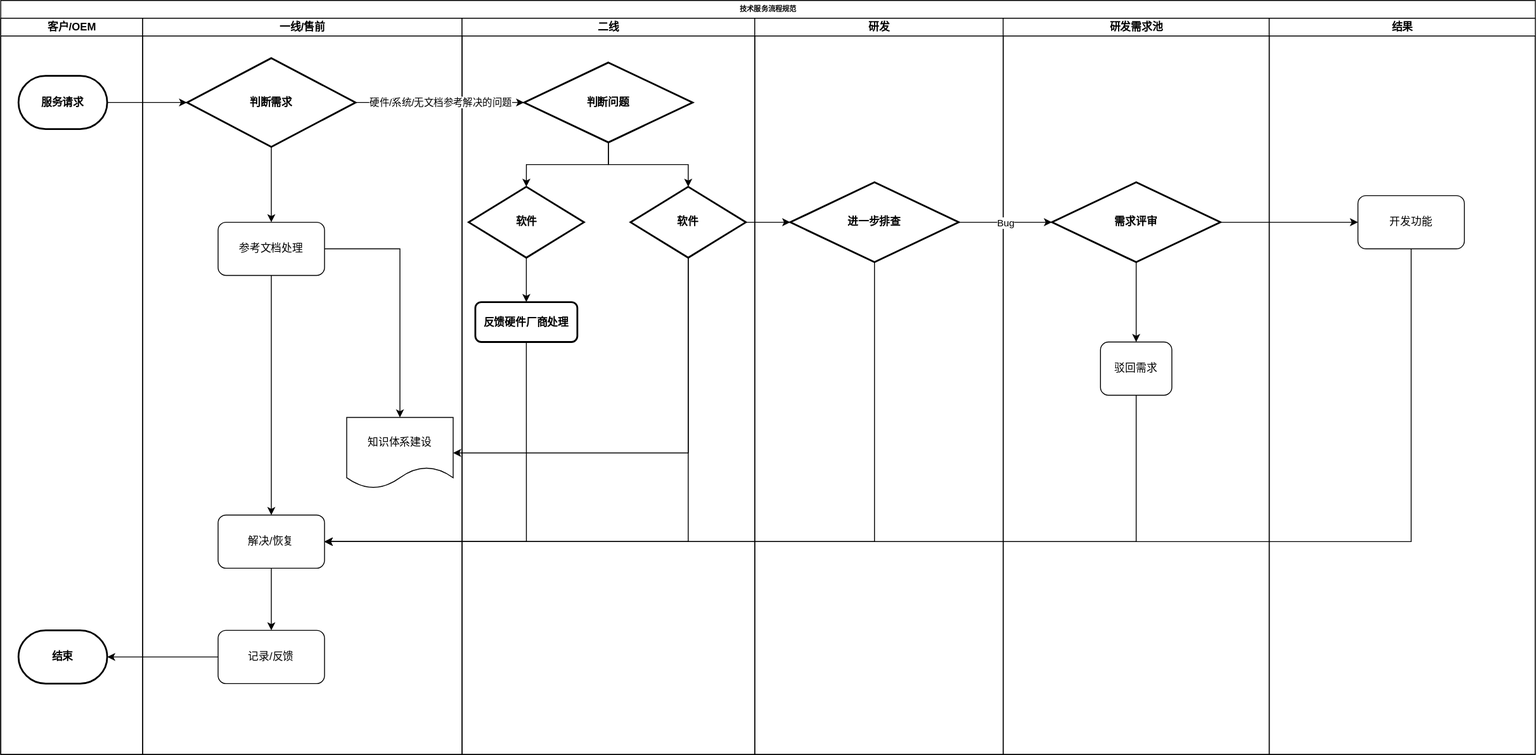
The draw.io diagram 流程规范及制度.drawio.svg in lawesen/lcgfzd, before a commit. Source tidied: cells renumbered, new cells last; positions are measured from the earlier drawing's top-left corner, leaving out a move shared by most shapes.
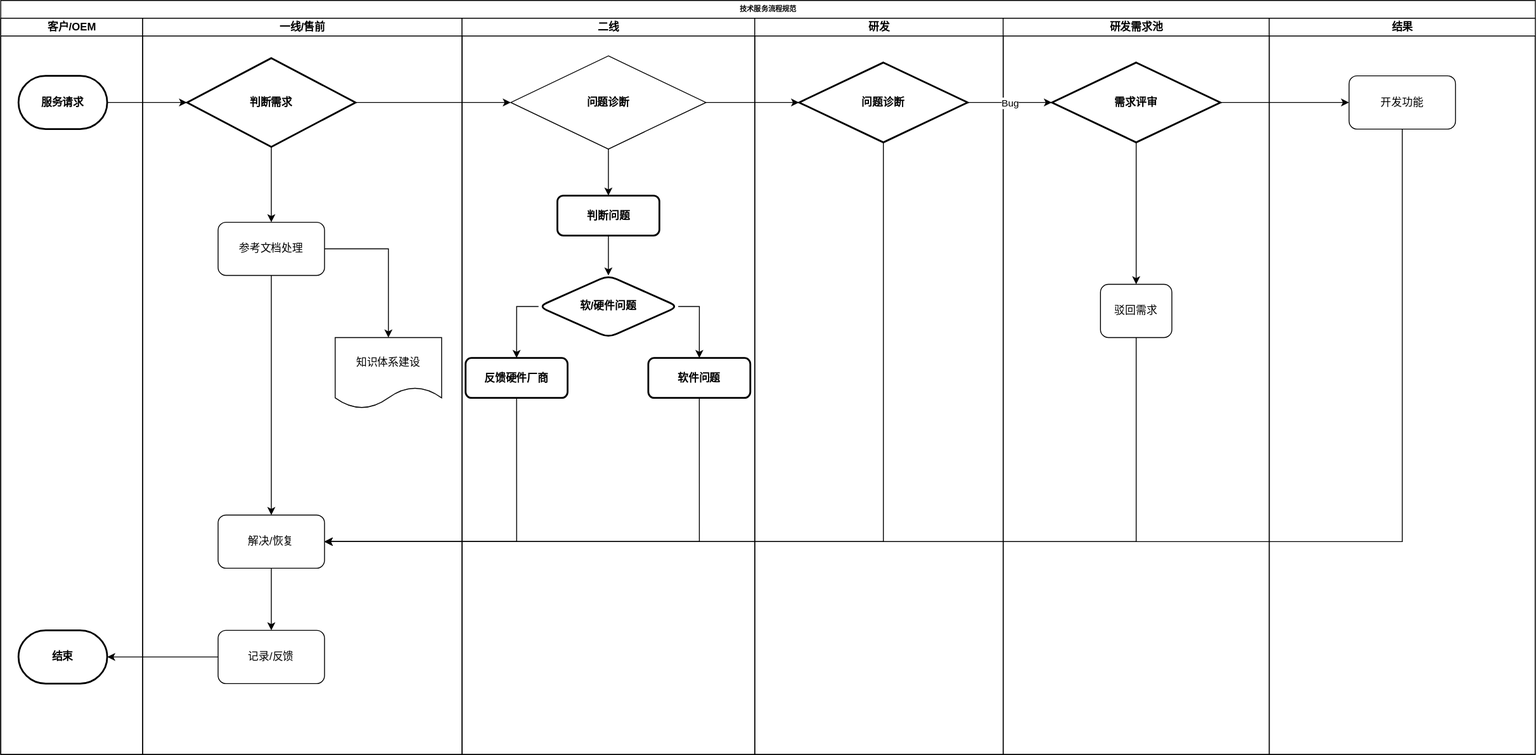
The same file after the commit.

Commit message:
更新流程规范及制度.drawio.svg

Change to the diagram source:
```diff
@@ -14,6 +14,9 @@
     <mxCell id="5" value="结束" style="strokeWidth=2;html=1;shape=mxgraph.flowchart.terminator;whiteSpace=wrap;fontStyle=1;" parent="3" vertex="1">
       <mxGeometry x="20" y="690" width="100" height="60" as="geometry" />
     </mxCell>
+    <mxCell id="16" style="edgeStyle=orthogonalEdgeStyle;rounded=0;jettySize=auto;html=1;exitX=0.5;exitY=1;exitDx=0;exitDy=0;entryX=1;entryY=0.5;entryDx=0;entryDy=0;" parent="2" edge="1" source="29" target="11">
+      <mxGeometry relative="1" as="geometry" />
+    </mxCell>
     <mxCell id="6" value="一线/售前" style="swimlane;html=1;startSize=20;" parent="2" vertex="1">
       <mxGeometry x="160" y="20" width="360" height="830" as="geometry" />
     </mxCell>
@@ -42,55 +45,58 @@
       <mxGeometry x="50" y="45" width="190" height="100" as="geometry" />
     </mxCell>
     <mxCell id="15" value="知识体系建设" style="shape=document;whiteSpace=wrap;html=1;boundedLbl=1;rounded=1;" parent="6" vertex="1">
-      <mxGeometry x="230" y="450" width="120" height="80" as="geometry" />
+      <mxGeometry x="217" y="360" width="120" height="80" as="geometry" />
     </mxCell>
-    <mxCell id="16" style="edgeStyle=orthogonalEdgeStyle;rounded=0;jettySize=auto;html=1;exitX=0.5;exitY=1;exitDx=0;exitDy=0;entryX=1;entryY=0.5;entryDx=0;entryDy=0;" parent="2" edge="1" source="29" target="11">
-      <mxGeometry relative="1" as="geometry" />
-    </mxCell>
     <mxCell id="17" value="二线" style="swimlane;html=1;startSize=20;" parent="2" vertex="1">
       <mxGeometry x="520" y="20" width="330" height="830" as="geometry" />
     </mxCell>
-    <mxCell id="18" style="edgeStyle=orthogonalEdgeStyle;rounded=0;jettySize=auto;html=1;exitX=0.5;exitY=1;exitDx=0;exitDy=0;entryX=0.5;entryY=0;entryDx=0;entryDy=0;" parent="17" edge="1" source="19" target="24">
-      <mxGeometry relative="1" as="geometry" />
-    </mxCell>
-    <mxCell id="19" value="判断问题" style="rhombus;whiteSpace=wrap;html=1;strokeWidth=2;fontStyle=1;" parent="17" vertex="1">
-      <mxGeometry x="70" y="50" width="190" height="90" as="geometry" />
-    </mxCell>
-    <mxCell id="20" value="软件" style="rhombus;whiteSpace=wrap;html=1;strokeWidth=2;fontStyle=1;" parent="17" vertex="1">
-      <mxGeometry x="190" y="190" width="130" height="80" as="geometry" />
-    </mxCell>
-    <mxCell id="21" style="edgeStyle=orthogonalEdgeStyle;rounded=0;jettySize=auto;html=1;" parent="17" edge="1" source="19" target="20">
-      <mxGeometry relative="1" as="geometry" />
-    </mxCell>
+    <mxCell id="46" style="edgeStyle=orthogonalEdgeStyle;rounded=0;jettySize=auto;html=1;" parent="17" edge="1" source="22" target="51">
+      <mxGeometry relative="1" as="geometry" />
+    </mxCell>
-    <mxCell id="22" value="反馈硬件厂商处理" style="rounded=1;whiteSpace=wrap;html=1;strokeWidth=2;fontStyle=1;" parent="17" vertex="1">
-      <mxGeometry x="15" y="320" width="115" height="45" as="geometry" />
+    <mxCell id="22" value="判断问题" style="rounded=1;whiteSpace=wrap;html=1;strokeWidth=2;fontStyle=1;" parent="17" vertex="1">
+      <mxGeometry x="107.5" y="200" width="115" height="45" as="geometry" />
     </mxCell>
-    <mxCell id="23" style="edgeStyle=orthogonalEdgeStyle;rounded=0;jettySize=auto;html=1;exitX=0.5;exitY=1;exitDx=0;exitDy=0;entryX=0.5;entryY=0;entryDx=0;entryDy=0;" parent="17" edge="1" source="24" target="22">
-      <mxGeometry relative="1" as="geometry" />
-    </mxCell>
-    <mxCell id="24" value="软件" style="rhombus;whiteSpace=wrap;html=1;strokeWidth=2;fontStyle=1;" parent="17" vertex="1">
-      <mxGeometry x="7.5" y="190" width="130" height="80" as="geometry" />
-    </mxCell>
+    <mxCell id="47" style="edgeStyle=orthogonalEdgeStyle;rounded=0;jettySize=auto;html=1;exitX=0.5;exitY=1;exitDx=0;exitDy=0;" parent="17" edge="1" source="48" target="22">
+      <mxGeometry relative="1" as="geometry" />
+    </mxCell>
+    <mxCell id="48" value="问题诊断" style="rhombus;whiteSpace=wrap;html=1;fontStyle=1;" parent="17" vertex="1">
+      <mxGeometry x="55" y="42.5" width="220" height="105" as="geometry" />
+    </mxCell>
+    <mxCell id="49" style="edgeStyle=orthogonalEdgeStyle;rounded=0;jettySize=auto;html=1;exitX=0;exitY=0.5;exitDx=0;exitDy=0;entryX=0.5;entryY=0;entryDx=0;entryDy=0;" parent="17" edge="1" source="51" target="52">
+      <mxGeometry relative="1" as="geometry" />
+    </mxCell>
+    <mxCell id="50" style="edgeStyle=orthogonalEdgeStyle;rounded=0;jettySize=auto;html=1;exitX=1;exitY=0.5;exitDx=0;exitDy=0;entryX=0.5;entryY=0;entryDx=0;entryDy=0;" parent="17" edge="1" source="51" target="53">
+      <mxGeometry relative="1" as="geometry" />
+    </mxCell>
+    <mxCell id="51" value="软/硬件问题" style="rhombus;whiteSpace=wrap;html=1;rounded=1;strokeWidth=2;fontStyle=1;" parent="17" vertex="1">
+      <mxGeometry x="86.2" y="290" width="157.5" height="70" as="geometry" />
+    </mxCell>
+    <mxCell id="52" value="反馈硬件厂商" style="rounded=1;whiteSpace=wrap;html=1;strokeWidth=2;fontStyle=1;" parent="17" vertex="1">
+      <mxGeometry x="4" y="383" width="115" height="45" as="geometry" />
+    </mxCell>
+    <mxCell id="53" value="软件问题" style="rounded=1;whiteSpace=wrap;html=1;strokeWidth=2;fontStyle=1;" parent="17" vertex="1">
+      <mxGeometry x="210" y="383" width="115" height="45" as="geometry" />
+    </mxCell>
     <mxCell id="25" style="group;" parent="2" vertex="1">
       <mxGeometry x="850" y="20" width="580" height="830" as="geometry" />
     </mxCell>
     <mxCell id="26" value="研发" style="swimlane;html=1;startSize=20;" parent="25" vertex="1">
       <mxGeometry width="280" height="830" as="geometry" />
     </mxCell>
-    <mxCell id="27" value="进一步排查" style="rhombus;whiteSpace=wrap;html=1;strokeWidth=2;fontStyle=1;" parent="26" vertex="1">
-      <mxGeometry x="40" y="185" width="190" height="90" as="geometry" />
+    <mxCell id="27" value="问题诊断" style="rhombus;whiteSpace=wrap;html=1;strokeWidth=2;fontStyle=1;" parent="26" vertex="1">
+      <mxGeometry x="50" y="50" width="190" height="90" as="geometry" />
     </mxCell>
     <mxCell id="28" value="研发需求池" style="swimlane;html=1;startSize=20;" parent="25" vertex="1">
       <mxGeometry x="280" width="300" height="830" as="geometry" />
     </mxCell>
     <mxCell id="29" value="驳回需求" style="whiteSpace=wrap;html=1;rounded=1;" parent="28" vertex="1">
-      <mxGeometry x="109.8" y="365" width="80.5" height="60" as="geometry" />
+      <mxGeometry x="109.8" y="300" width="80.5" height="60" as="geometry" />
     </mxCell>
     <mxCell id="30" style="edgeStyle=orthogonalEdgeStyle;rounded=0;jettySize=auto;html=1;exitX=0.5;exitY=1;exitDx=0;exitDy=0;" parent="28" edge="1" source="31" target="29">
       <mxGeometry relative="1" as="geometry" />
     </mxCell>
     <mxCell id="31" value="需求评审" style="rhombus;whiteSpace=wrap;html=1;strokeWidth=2;fontStyle=1;" parent="28" vertex="1">
-      <mxGeometry x="55" y="185" width="190" height="90" as="geometry" />
+      <mxGeometry x="55" y="50" width="190" height="90" as="geometry" />
     </mxCell>
     <mxCell id="32" style="edgeStyle=orthogonalEdgeStyle;rounded=0;jettySize=auto;html=1;exitX=1;exitY=0.5;exitDx=0;exitDy=0;entryX=0;entryY=0.5;entryDx=0;entryDy=0;" parent="25" edge="1" source="27" target="31">
       <mxGeometry relative="1" as="geometry" />
@@ -110,31 +116,28 @@
       <mxGeometry x="1430" y="20" width="300" height="830" as="geometry" />
     </mxCell>
     <mxCell id="37" value="开发功能" style="whiteSpace=wrap;html=1;rounded=1;" parent="36" vertex="1">
-      <mxGeometry x="100" y="200" width="120" height="60" as="geometry" />
+      <mxGeometry x="90" y="65" width="120" height="60" as="geometry" />
     </mxCell>
     <mxCell id="38" style="edgeStyle=orthogonalEdgeStyle;rounded=0;jettySize=auto;html=1;" parent="2" edge="1" source="4" target="14">
       <mxGeometry relative="1" as="geometry" />
     </mxCell>
-    <mxCell id="39" value="硬件/系统/无文档参考解决的问题" style="edgeStyle=orthogonalEdgeStyle;rounded=0;jettySize=auto;html=1;exitX=1;exitY=0.5;exitDx=0;exitDy=0;" parent="2" edge="1" source="14" target="19">
-      <mxGeometry relative="1" as="geometry" />
-    </mxCell>
     <mxCell id="40" style="edgeStyle=orthogonalEdgeStyle;rounded=0;jettySize=auto;html=1;exitX=1;exitY=0.5;exitDx=0;exitDy=0;entryX=0;entryY=0.5;entryDx=0;entryDy=0;" parent="2" edge="1" source="31" target="37">
       <mxGeometry relative="1" as="geometry" />
     </mxCell>
-    <mxCell id="41" style="edgeStyle=orthogonalEdgeStyle;rounded=0;jettySize=auto;html=1;exitX=1;exitY=0.5;exitDx=0;exitDy=0;entryX=0;entryY=0.5;entryDx=0;entryDy=0;" parent="2" edge="1" source="20" target="27">
-      <mxGeometry relative="1" as="geometry" />
-    </mxCell>
-    <mxCell id="42" style="edgeStyle=orthogonalEdgeStyle;rounded=0;jettySize=auto;html=1;exitX=0.5;exitY=1;exitDx=0;exitDy=0;entryX=1;entryY=0.5;entryDx=0;entryDy=0;" parent="2" edge="1" source="22" target="11">
-      <mxGeometry relative="1" as="geometry" />
-    </mxCell>
-    <mxCell id="43" style="edgeStyle=orthogonalEdgeStyle;rounded=0;jettySize=auto;html=1;exitX=0.5;exitY=1;exitDx=0;exitDy=0;entryX=1;entryY=0.5;entryDx=0;entryDy=0;" parent="2" edge="1" source="20" target="11">
-      <mxGeometry relative="1" as="geometry" />
-    </mxCell>
-    <mxCell id="44" style="edgeStyle=orthogonalEdgeStyle;rounded=0;jettySize=auto;html=1;exitX=0.5;exitY=1;exitDx=0;exitDy=0;entryX=1;entryY=0.5;entryDx=0;entryDy=0;" parent="2" edge="1" source="20" target="15">
-      <mxGeometry relative="1" as="geometry" />
-    </mxCell>
     <mxCell id="45" style="edgeStyle=orthogonalEdgeStyle;rounded=0;jettySize=auto;html=1;exitX=0.5;exitY=1;exitDx=0;exitDy=0;entryX=1;entryY=0.5;entryDx=0;entryDy=0;" parent="2" edge="1" source="27" target="11">
       <mxGeometry relative="1" as="geometry" />
     </mxCell>
+    <mxCell id="54" style="edgeStyle=orthogonalEdgeStyle;rounded=0;jettySize=auto;html=1;exitX=1;exitY=0.5;exitDx=0;exitDy=0;entryX=0;entryY=0.5;entryDx=0;entryDy=0;" parent="2" edge="1" source="14" target="48">
+      <mxGeometry relative="1" as="geometry" />
+    </mxCell>
+    <mxCell id="55" style="edgeStyle=orthogonalEdgeStyle;rounded=0;jettySize=auto;html=1;exitX=1;exitY=0.5;exitDx=0;exitDy=0;entryX=0;entryY=0.5;entryDx=0;entryDy=0;" parent="2" edge="1" source="48" target="27">
+      <mxGeometry relative="1" as="geometry" />
+    </mxCell>
+    <mxCell id="56" style="edgeStyle=orthogonalEdgeStyle;rounded=0;jettySize=auto;html=1;exitX=0.5;exitY=1;exitDx=0;exitDy=0;entryX=1;entryY=0.5;entryDx=0;entryDy=0;" parent="2" edge="1" source="52" target="11">
+      <mxGeometry relative="1" as="geometry" />
+    </mxCell>
+    <mxCell id="57" style="edgeStyle=orthogonalEdgeStyle;rounded=0;jettySize=auto;html=1;exitX=0.5;exitY=1;exitDx=0;exitDy=0;entryX=1;entryY=0.5;entryDx=0;entryDy=0;" parent="2" edge="1" source="53" target="11">
+      <mxGeometry relative="1" as="geometry" />
+    </mxCell>
   </root>
 </mxGraphModel>
```
